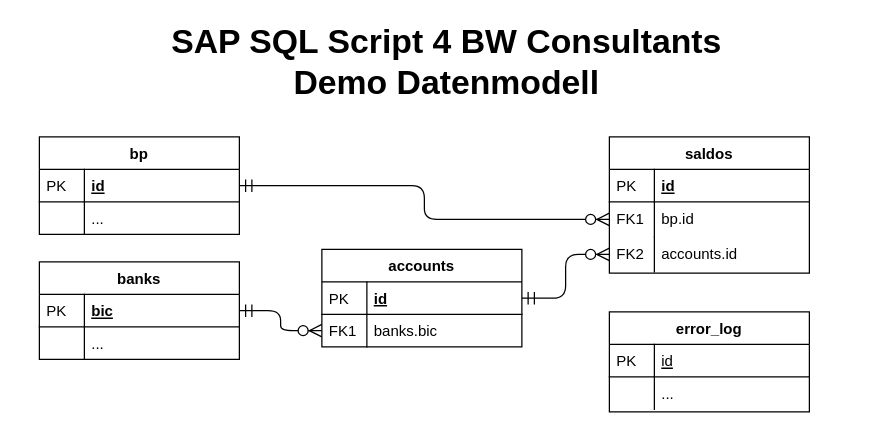
harry2303/SQL-Script-4-BW-Consultants keeps this draw.io diagram as ERM/Demo-Datenmodell.drawio. Above is the earlier version. Source tidied: cells renumbered, new cells numbered last; positions are measured from the earlier drawing's top-left corner, leaving out a move shared by most shapes. Both pictures are drawn from the tidied source at 125%, with x=0, y=0 at pixel (21, 24).
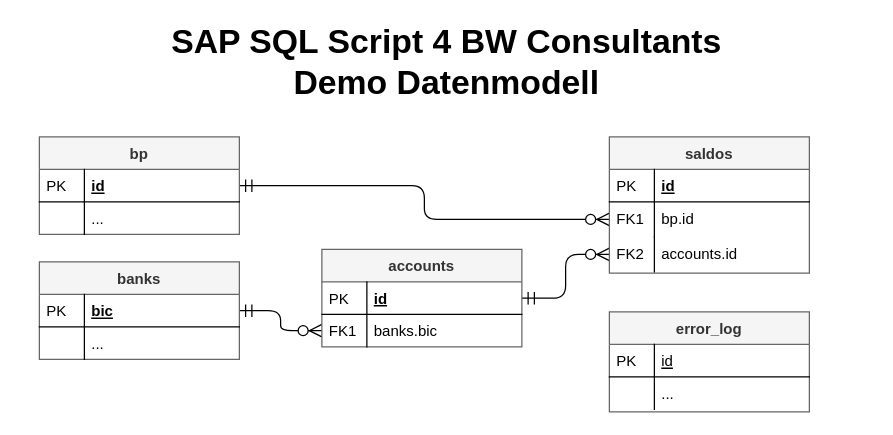
After the change.

Commit message (it also covers changes not shown here):
mod data model

What changed in the source:
```diff
@@
-    <mxCell id="6" value="bp" style="swimlane;fontStyle=1;horizontal=1;startSize=26;rounded=0;shadow=0;strokeWidth=1;" parent="1" vertex="1">
+    <mxCell id="6" value="bp" style="swimlane;fontStyle=1;horizontal=1;startSize=26;rounded=0;shadow=0;strokeWidth=1;fillColor=#f5f5f5;strokeColor=#666666;fontColor=#333333;" parent="1" vertex="1">
       <mxGeometry x="14" y="90" width="160" height="78" as="geometry" />
     </mxCell>
@@
-    <mxCell id="11" value="banks" style="swimlane;fontStyle=1;horizontal=1;startSize=26;rounded=0;shadow=0;strokeWidth=1;" parent="1" vertex="1">
+    <mxCell id="11" value="banks" style="swimlane;fontStyle=1;horizontal=1;startSize=26;rounded=0;shadow=0;strokeWidth=1;fillColor=#f5f5f5;strokeColor=#666666;fontColor=#333333;" parent="1" vertex="1">
       <mxGeometry x="14" y="190" width="160" height="78" as="geometry" />
     </mxCell>
@@
-    <mxCell id="16" value="saldos" style="swimlane;fontStyle=1;horizontal=1;startSize=26;rounded=0;shadow=0;strokeWidth=1;" parent="1" vertex="1">
+    <mxCell id="16" value="saldos" style="swimlane;fontStyle=1;horizontal=1;startSize=26;rounded=0;shadow=0;strokeWidth=1;fillColor=#f5f5f5;strokeColor=#666666;fontColor=#333333;" parent="1" vertex="1">
       <mxGeometry x="470" y="90" width="160" height="109" as="geometry" />
     </mxCell>
@@
-    <mxCell id="23" value="error_log" style="swimlane;fontStyle=1;horizontal=1;startSize=26;rounded=0;shadow=0;strokeWidth=1;" parent="1" vertex="1">
+    <mxCell id="23" value="error_log" style="swimlane;fontStyle=1;horizontal=1;startSize=26;rounded=0;shadow=0;strokeWidth=1;fillColor=#f5f5f5;strokeColor=#666666;fontColor=#333333;" parent="1" vertex="1">
       <mxGeometry x="470" y="230" width="160" height="80" as="geometry" />
     </mxCell>
@@
-    <mxCell id="28" value="accounts" style="swimlane;fontStyle=1;horizontal=1;startSize=26;rounded=0;shadow=0;strokeWidth=1;" parent="1" vertex="1">
+    <mxCell id="28" value="accounts" style="swimlane;fontStyle=1;horizontal=1;startSize=26;rounded=0;shadow=0;strokeWidth=1;fillColor=#f5f5f5;strokeColor=#666666;fontColor=#333333;" parent="1" vertex="1">
       <mxGeometry x="240" y="180" width="160" height="78" as="geometry" />
     </mxCell>
```
